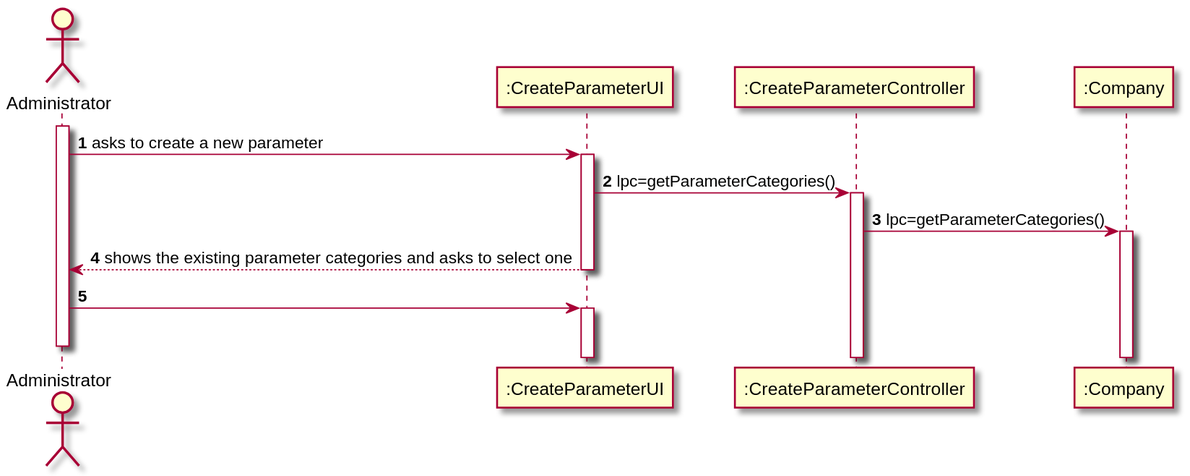
Before: docs/SprintB/US10/US10-SD.svg, a diagram exported from PlantUML (0franciscor/lei-21-s2-1de-g19).
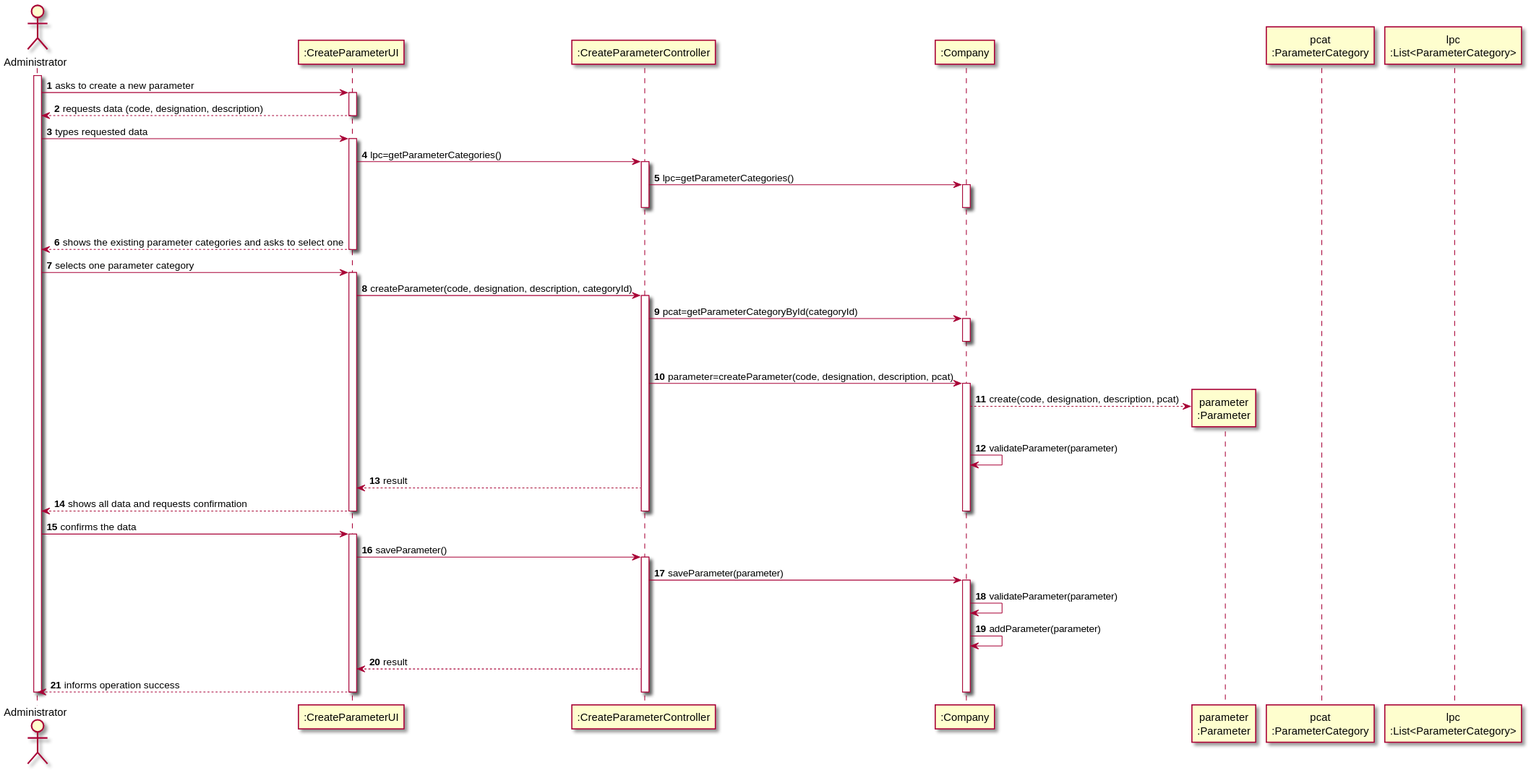
Above is the later version.

The edit, as a diff of the source:
```diff
@@ -1,18 +1,79 @@
 @startuml
 
 autonumber
-actor Administrator as ADM
+actor "Administrator" as ADM
+
 participant ":CreateParameterUI" as CPUI
 participant ":CreateParameterController" as CPC
-participant ":Company" as Comp
+participant ":Company" as COMP
+participant "parameter\n:Parameter" as PARAM
+participant "pcat\n:ParameterCategory" as CAT
+participant "lpc\n:List<ParameterCategory>" as LIST_CAT
+
 activate ADM
+ADM -> CPUI : asks to create a new parameter
+activate CPUI
+CPUI --> ADM : requests data (code, designation, description)
+deactivate CPUI
 
+ADM -> CPUI : types requested data
+activate CPUI
 
-ADM -> CPUI ++: asks to create a new parameter
-CPUI -> CPC ++: lpc=getParameterCategories()
-CPC -> Comp ++: lpc=getParameterCategories()
-CPUI --> ADM --: shows the existing parameter categories and asks to select one
-ADM -> CPUI ++:
+CPUI -> CPC : lpc=getParameterCategories()
+activate CPC
+
+CPC -> COMP : lpc=getParameterCategories()
+activate COMP
+|||
+deactivate COMP
+deactivate CPC
+
+CPUI --> ADM : shows the existing parameter categories and asks to select one
+deactivate COMP
+deactivate CPUI
+
+ADM -> CPUI : selects one parameter category
+activate CPUI
+
+CPUI -> CPC : createParameter(code, designation, description, categoryId)
+activate CPC
+
+CPC -> COMP : pcat=getParameterCategoryById(categoryId)
+activate COMP
+|||
+deactivate COMP
+
+CPC -> COMP: parameter=createParameter(code, designation, description, pcat)
+activate COMP
+
+COMP --> PARAM**: create(code, designation, description, pcat)
+COMP -> COMP: validateParameter(parameter)
+
+CPC --> CPUI: result
+
+CPUI --> ADM: shows all data and requests confirmation
+deactivate COMP
+deactivate CPC
+deactivate CPUI
+
+ADM -> CPUI : confirms the data
+activate CPUI
+CPUI -> CPC : saveParameter()
+activate CPC
+
+CPC -> COMP : saveParameter(parameter)
+activate COMP
+
+COMP -> COMP: validateParameter(parameter)
+COMP -> COMP: addParameter(parameter)
+
+CPC --> CPUI: result
+
+CPUI --> ADM : informs operation success
+deactivate COMP
+deactivate CPC
+deactivate CPUI
 
 deactivate ADM
+
 @enduml
```
